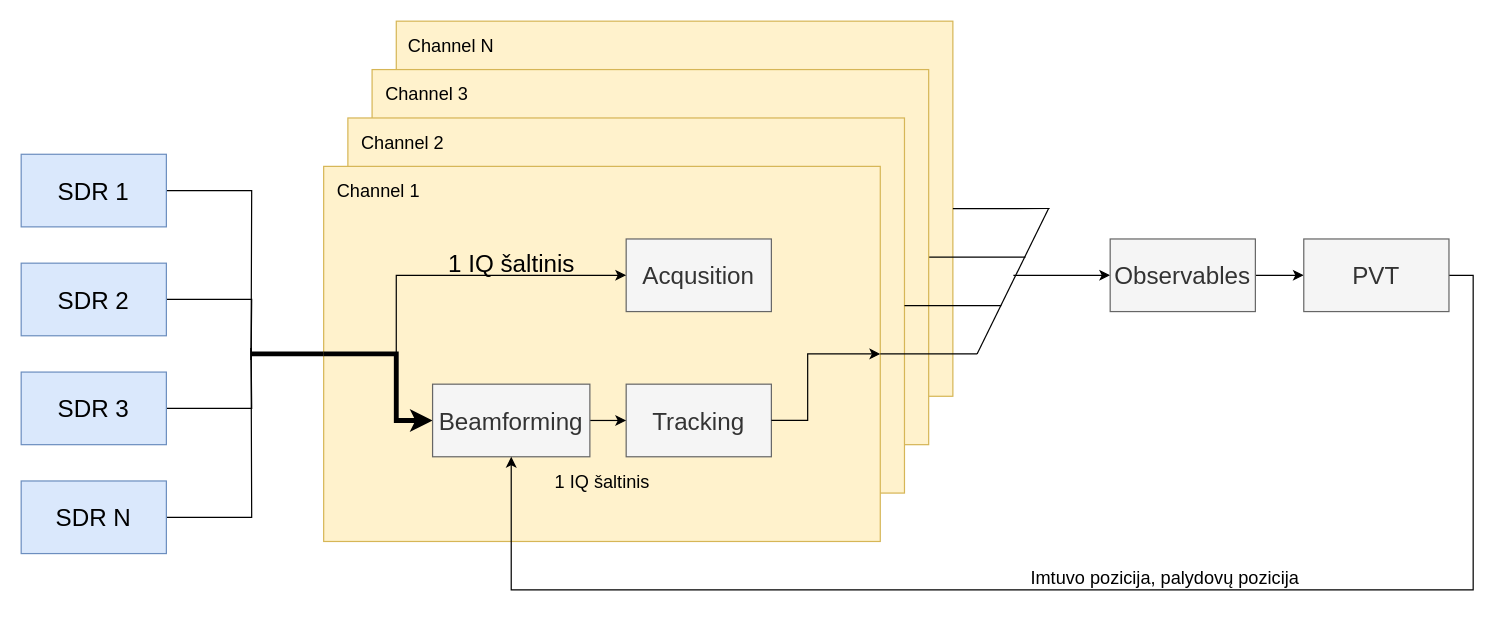
Above: 3-teorine_dalis/drawings/beamformer_sw_implementation.drawio in MRazgunas/gnss-masters (draw.io), before the change. Source tidied: cells renumbered, new cells numbered last; positions are measured from the earlier drawing's top-left corner, leaving out a move shared by most shapes. Both pictures are drawn from the tidied source at 121%, with x=0, y=0 at pixel (21, 21).
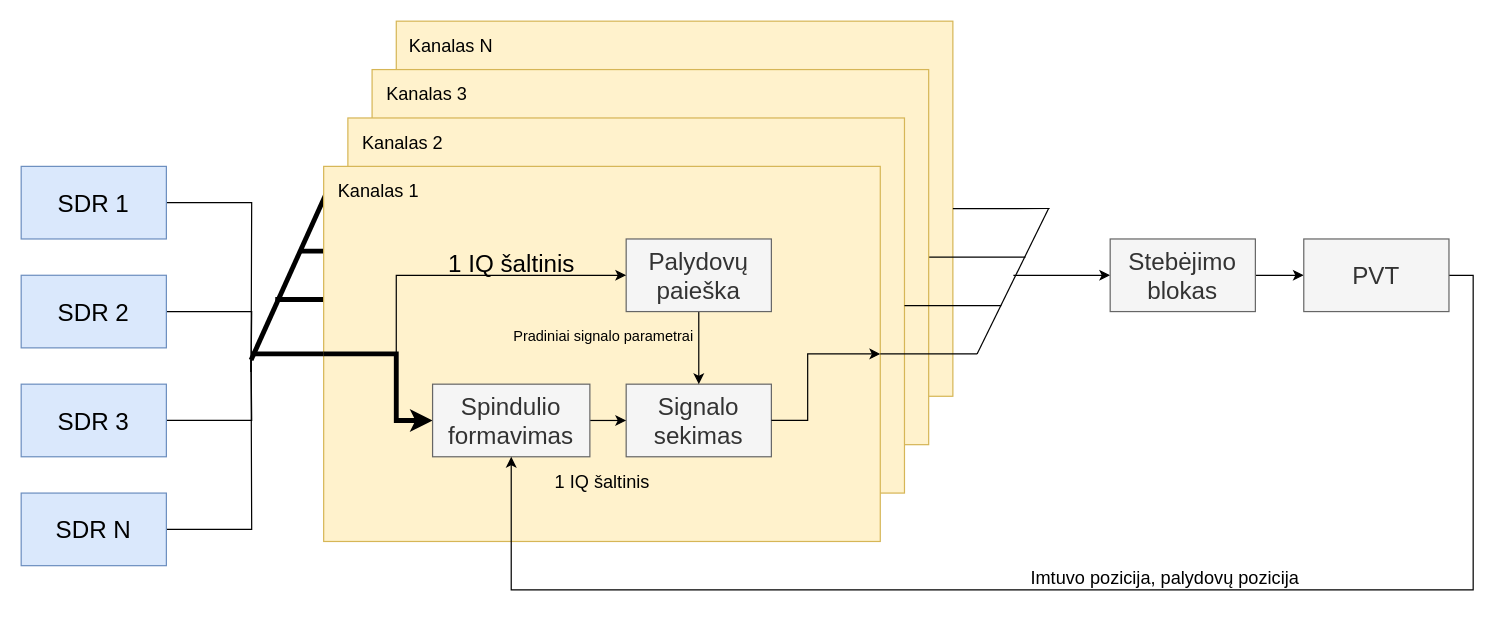
The same page after the edit.

Unchanged cells that the change refers to:
```xml
<mxCell id="2" style="group;" parent="1" vertex="1">
  <mxGeometry x="310" width="460" height="310" as="geometry" />
</mxCell>
<mxCell id="7" style="group;" parent="1" vertex="1">
  <mxGeometry x="270" y="80" width="460" height="310" as="geometry" />
</mxCell>
<mxCell id="11" style="group;" parent="10" vertex="1">
  <mxGeometry width="460" height="310" as="geometry" />
</mxCell>
```

The edit, as a diff of the source:
```diff
@@
+    <mxCell id="43" style="endArrow=none;html=1;endSize=6;strokeWidth=4;entryX=0.023;entryY=0.092;entryDx=0;entryDy=0;entryPerimeter=0;" parent="1" edge="1" target="13">
+      <mxGeometry relative="1" as="geometry">
+        <mxPoint x="190" y="280" as="sourcePoint" />
+      </mxGeometry>
+    </mxCell>
@@
-    <mxCell id="4" value="&lt;font style=&quot;font-size: 15px&quot;&gt;Channel N&lt;/font&gt;" style="text;html=1;align=center;verticalAlign=middle;strokeColor=none;" parent="2" vertex="1">
-      <mxGeometry y="10" width="90" height="20" as="geometry" />
+    <mxCell id="4" value="&lt;font style=&quot;font-size: 15px&quot;&gt;Kanalas N&lt;/font&gt;" style="text;html=1;align=center;verticalAlign=middle;strokeColor=none;" parent="2" vertex="1">
+      <mxGeometry x="5" y="10" width="80" height="20" as="geometry" />
     </mxCell>
@@
-    <mxCell id="9" value="&lt;font style=&quot;font-size: 15px&quot;&gt;Channel 2&lt;/font&gt;" style="text;html=1;align=center;verticalAlign=middle;strokeColor=none;" parent="7" vertex="1">
+    <mxCell id="9" value="&lt;font style=&quot;font-size: 15px&quot;&gt;Kanalas 2&lt;/font&gt;" style="text;html=1;align=center;verticalAlign=middle;strokeColor=none;" parent="7" vertex="1">
       <mxGeometry x="5" y="10" width="80" height="20" as="geometry" />
     </mxCell>
@@
+    <mxCell id="44" style="endArrow=none;html=1;endSize=6;strokeWidth=4;entryX=0;entryY=0.5;entryDx=0;entryDy=0;" parent="11" edge="1">
+      <mxGeometry relative="1" as="geometry">
+        <mxPoint x="-20" y="70" as="sourcePoint" />
+        <mxPoint x="40" y="70" as="targetPoint" />
+      </mxGeometry>
+    </mxCell>
+    <mxCell id="45" style="endArrow=none;html=1;endSize=6;strokeWidth=4;entryX=0;entryY=0.5;entryDx=0;entryDy=0;" parent="11" edge="1">
+      <mxGeometry relative="1" as="geometry">
+        <mxPoint x="-40" y="110" as="sourcePoint" />
+        <mxPoint x="20" y="110" as="targetPoint" />
+      </mxGeometry>
+    </mxCell>
@@
-    <mxCell id="13" value="&lt;font style=&quot;font-size: 15px&quot;&gt;Channel 1&lt;/font&gt;" style="text;html=1;align=center;verticalAlign=middle;points=[];strokeColor=none;" parent="11" vertex="1">
+    <mxCell id="13" value="&lt;font style=&quot;font-size: 15px&quot;&gt;Kanalas 1&lt;/font&gt;" style="text;html=1;align=center;verticalAlign=middle;points=[];strokeColor=none;" parent="11" vertex="1">
       <mxGeometry x="5" y="10" width="80" height="20" as="geometry" />
     </mxCell>
-    <mxCell id="14" value="&lt;font style=&quot;font-size: 20px&quot;&gt;Tracking&lt;/font&gt;" style="rounded=0;whiteSpace=wrap;html=1;fillColor=#f5f5f5;strokeColor=#666666;fontColor=#333333;" parent="11" vertex="1">
+    <mxCell id="14" value="&lt;font style=&quot;font-size: 20px&quot;&gt;Signalo sekimas&lt;/font&gt;" style="rounded=0;whiteSpace=wrap;html=1;fillColor=#f5f5f5;strokeColor=#666666;fontColor=#333333;" parent="11" vertex="1">
       <mxGeometry x="250" y="180" width="120" height="60" as="geometry" />
     </mxCell>
@@
+    <mxCell id="46" style="edgeStyle=none;html=1;exitX=0.5;exitY=1;exitDx=0;exitDy=0;entryX=0.5;entryY=0;entryDx=0;entryDy=0;" parent="11" edge="1" source="16" target="14">
+      <mxGeometry relative="1" as="geometry" />
+    </mxCell>
+    <mxCell id="47" value="Pradiniai signalo parametrai" style="edgeLabel;html=1;align=center;verticalAlign=middle;labelBackgroundColor=none;fontSize=12;" parent="46" vertex="1">
+      <mxGeometry x="-0.53" y="1" relative="1" as="geometry">
+        <mxPoint x="-81" y="6" as="offset" />
+      </mxGeometry>
+    </mxCell>
-    <mxCell id="16" value="&lt;font style=&quot;font-size: 20px&quot;&gt;Acqusition&lt;/font&gt;" style="rounded=0;whiteSpace=wrap;html=1;fillColor=#f5f5f5;strokeColor=#666666;fontColor=#333333;" parent="11" vertex="1">
+    <mxCell id="16" value="&lt;span style=&quot;font-size: 20px&quot;&gt;Palydovų paieška&lt;/span&gt;" style="rounded=0;whiteSpace=wrap;html=1;fillColor=#f5f5f5;strokeColor=#666666;fontColor=#333333;" parent="11" vertex="1">
       <mxGeometry x="250" y="60" width="120" height="60" as="geometry" />
     </mxCell>
@@
-    <mxCell id="20" value="&lt;font style=&quot;font-size: 20px&quot;&gt;Beamforming&lt;/font&gt;" style="rounded=0;whiteSpace=wrap;html=1;fillColor=#f5f5f5;strokeColor=#666666;fontColor=#333333;" parent="1" vertex="1">
+    <mxCell id="20" value="&lt;font style=&quot;font-size: 20px&quot;&gt;Spindulio formavimas&lt;/font&gt;" style="rounded=0;whiteSpace=wrap;html=1;fillColor=#f5f5f5;strokeColor=#666666;fontColor=#333333;" parent="1" vertex="1">
       <mxGeometry x="340" y="300" width="130" height="60" as="geometry" />
     </mxCell>
@@
-    <mxCell id="23" value="&lt;font style=&quot;font-size: 15px&quot;&gt;Channel 3&lt;/font&gt;" style="text;html=1;align=center;verticalAlign=middle;strokeColor=none;" parent="1" vertex="1">
+    <mxCell id="23" value="&lt;font style=&quot;font-size: 15px&quot;&gt;Kanalas 3&lt;/font&gt;" style="text;html=1;align=center;verticalAlign=middle;strokeColor=none;" parent="1" vertex="1">
       <mxGeometry x="295" y="50" width="80" height="20" as="geometry" />
     </mxCell>
@@
-    <mxCell id="30" value="&lt;font style=&quot;font-size: 20px&quot;&gt;Observables&lt;/font&gt;" style="rounded=0;whiteSpace=wrap;html=1;fillColor=#f5f5f5;strokeColor=#666666;fontColor=#333333;" parent="1" vertex="1">
+    <mxCell id="30" value="&lt;font style=&quot;font-size: 20px&quot;&gt;Stebėjimo blokas&lt;/font&gt;" style="rounded=0;whiteSpace=wrap;html=1;fillColor=#f5f5f5;strokeColor=#666666;fontColor=#333333;" parent="1" vertex="1">
       <mxGeometry x="900" y="180" width="120" height="60" as="geometry" />
     </mxCell>
@@
     <mxCell id="33" style="edgeStyle=orthogonalEdgeStyle;rounded=0;jumpSize=6;jettySize=auto;html=1;exitX=1;exitY=0.5;exitDx=0;exitDy=0;endArrow=none;endFill=0;endSize=6;strokeWidth=1;" parent="1" edge="1" source="34">
       <mxGeometry relative="1" as="geometry">
-        <mxPoint x="190" y="280" as="targetPoint" />
+        <mxPoint x="190" y="290" as="targetPoint" />
       </mxGeometry>
     </mxCell>
     <mxCell id="34" value="&lt;font style=&quot;font-size: 20px&quot;&gt;SDR 1&lt;/font&gt;" style="rounded=0;whiteSpace=wrap;html=1;fillColor=#dae8fc;strokeColor=#6c8ebf;" parent="1" vertex="1">
-      <mxGeometry y="110" width="120" height="60" as="geometry" />
+      <mxGeometry y="120" width="120" height="60" as="geometry" />
     </mxCell>
     <mxCell id="35" style="edgeStyle=orthogonalEdgeStyle;rounded=0;jumpSize=6;jettySize=auto;html=1;exitX=1;exitY=0.5;exitDx=0;exitDy=0;endArrow=none;endFill=0;endSize=6;strokeWidth=1;" parent="1" edge="1" source="36">
       <mxGeometry relative="1" as="geometry">
-        <mxPoint x="190" y="280" as="targetPoint" />
+        <mxPoint x="190" y="290" as="targetPoint" />
       </mxGeometry>
     </mxCell>
     <mxCell id="36" value="&lt;font style=&quot;font-size: 20px&quot;&gt;SDR 2&lt;/font&gt;" style="rounded=0;whiteSpace=wrap;html=1;fillColor=#dae8fc;strokeColor=#6c8ebf;" parent="1" vertex="1">
-      <mxGeometry y="200" width="120" height="60" as="geometry" />
+      <mxGeometry y="210" width="120" height="60" as="geometry" />
     </mxCell>
     <mxCell id="37" style="edgeStyle=orthogonalEdgeStyle;rounded=0;jumpSize=6;jettySize=auto;html=1;exitX=1;exitY=0.5;exitDx=0;exitDy=0;endArrow=none;endFill=0;endSize=6;strokeWidth=1;" parent="1" edge="1" source="38">
       <mxGeometry relative="1" as="geometry">
-        <mxPoint x="190" y="270" as="targetPoint" />
+        <mxPoint x="190" y="280" as="targetPoint" />
       </mxGeometry>
     </mxCell>
     <mxCell id="38" value="&lt;font style=&quot;font-size: 20px&quot;&gt;SDR 3&lt;/font&gt;" style="rounded=0;whiteSpace=wrap;html=1;fillColor=#dae8fc;strokeColor=#6c8ebf;" parent="1" vertex="1">
-      <mxGeometry y="290" width="120" height="60" as="geometry" />
+      <mxGeometry y="300" width="120" height="60" as="geometry" />
     </mxCell>
     <mxCell id="39" style="edgeStyle=orthogonalEdgeStyle;rounded=0;jumpSize=6;jettySize=auto;html=1;exitX=1;exitY=0.5;exitDx=0;exitDy=0;endArrow=none;endFill=0;endSize=6;strokeWidth=1;" parent="1" edge="1" source="40">
       <mxGeometry relative="1" as="geometry">
-        <mxPoint x="190" y="270" as="targetPoint" />
+        <mxPoint x="190" y="280" as="targetPoint" />
       </mxGeometry>
     </mxCell>
     <mxCell id="40" value="&lt;font style=&quot;font-size: 20px&quot;&gt;SDR N&lt;/font&gt;" style="rounded=0;whiteSpace=wrap;html=1;fillColor=#dae8fc;strokeColor=#6c8ebf;" parent="1" vertex="1">
-      <mxGeometry y="380" width="120" height="60" as="geometry" />
+      <mxGeometry y="390" width="120" height="60" as="geometry" />
     </mxCell>
```
